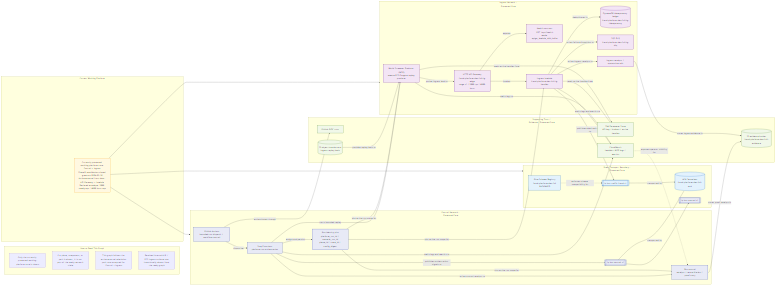
Earlier version of the Mermaid export docs/design/platform/dev_full/graph/readiness/dev_full_platform_network_production_ready_current_v0.mermaid.png (EsosaOrumwese/fraud-detection-system). Its source is kept beside it as docs/design/platform/dev_full/graph/readiness/dev_full_platform_network_production_ready_current_v0.mermaid.mmd.
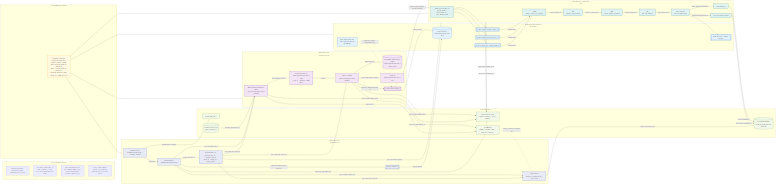
The same diagram one commit later.

Commit message:
Promote RTDL into the working platform

What changed in the source:
```diff
@@ -8,12 +8,12 @@
   subgraph LEGEND["How to Read This Graph"]
     L1["Only the currently promoted working-platform core is shown"]
     L2["If a plane, component, or path is absent, it is not part of the ready-network claim"]
-    L3["This graph follows the active external admission path now accepted for Control + Ingress"]
-    L4["Retained internal ALB / ECS ingress surfaces are intentionally absent from the ready graph"]
+    L3["The promoted network now includes RTDL on top of the already-green Control + Ingress base"]
+    L4["Case + Label remains absent as a promoted plane until its own phase closes"]
   end
 
   subgraph READYNOTE["Current Working Platform"]
-    NOTE["Currently promoted working-platform core:<br>Control + Ingress<br>Phase 0 revalidation closed green on 2026-03-10<br>Active external front door: API Gateway -> Lambda<br>Declared envelope: 3000 steady eps / 6000 burst eps"]
+    NOTE["Currently promoted working-platform core:<br>Control + Ingress + RTDL<br>Phase 0 closed green on 2026-03-10<br>Phase 1 closed green on 2026-03-11<br>Declared envelope: 3000 steady eps / 6000 burst eps"]
   end
 
   subgraph CONTROL["Control Network - Promoted Core"]
@@ -27,18 +27,30 @@
   subgraph INGRESS["Ingress Network - Promoted Core"]
     WSP["World Streamer Producer (WSP)<br>remote ECS/Fargate replay producer"]
     HTTPAPI["HTTP API Gateway<br>fraud-platform-dev-full-ig-edge<br>stage v1 / 3000 rps / 6000 burst"]
-    IGHEALTH["Health contract<br>GET /ops/health<br>mode apigw_lambda_ddb_kafka"]
     IGLAMBDA["Ingress Lambda<br>fraud-platform-dev-full-ig-handler"]
     IGDDB[("DynamoDB idempotency ledger<br>fraud-platform-dev-full-ig-idempotency")]
     IGDLQ["SQS DLQ<br>fraud-platform-dev-full-ig-dlq"]
-    IGREC["Ingress receipts / quarantine refs"]
+    TTRAFFIC[["fp.bus.traffic.fraud.v1"]]
   end
 
-  subgraph TRANSPORT["Event Transport Boundary - Promoted Core"]
+  subgraph RTDL["RTDL Network - Promoted Core"]
+    RINTAKE["RTDL active intake set<br>arrival_events / arrival_entities / flow_anchor.fraud"]
+    CSFB["CSFB<br>context_store_flow_binding"]
+    IEG["IEG<br>identity_entity_graph"]
+    OFP["OFP<br>online_feature_provider"]
+    DF["DF<br>decision function"]
+    DL["Decision Lane<br>decision publication"]
+    DLA["Decision Ledger Append"]
+    ARCH["Archive Writer"]
+  end
+
+  subgraph TRANSPORT["Promoted Event Transport Boundary"]
     MSK[("MSK Serverless<br>fraud-platform-dev-full-msk")]
     GLUEREG["Glue Schema Registry<br>fraud-platform-dev-full<br>BACKWARD"]
-    TCTRL[["fp.bus.control.v1"]]
-    TTRAFFIC[["fp.bus.traffic.fraud.v1"]]
+    TCTXA[["fp.bus.context.arrival_events.v1"]]
+    TCTXE[["fp.bus.context.arrival_entities.v1"]]
+    TFLOW[["fp.bus.context.flow_anchor.fraud.v1"]]
+    TDEC[["RTDL decision / archive outputs"]]
   end
 
   subgraph SUPPORT["Supporting Trust / Evidence - Promoted Core"]
@@ -46,11 +58,12 @@
     SSM["SSM Parameter Store<br>API key / brokers / active handles"]
     OBJ[("S3 object/oracle store<br>ingress replay basis")]
     EVID[("S3 evidence bucket<br>fraud-platform-dev-full-evidence")]
-    CW["CloudWatch<br>Lambda + WSP logs / metrics"]
+    CW["CloudWatch<br>APIGW / Lambda / WSP / RTDL logs + metrics"]
   end
 
   NOTE --> CONTROL
   NOTE --> INGRESS
+  NOTE --> RTDL
   NOTE --> TRANSPORT
 
   GHA -->|authenticates through| OIDC
@@ -59,43 +72,59 @@
   SFN -->|writes control receipts to| RUNCTL
   SFN -->|publishes orchestration signals to| CTRLBUS
   CTRLBUS -->|transported by| MSK
-  CTRLBUS --> TCTRL
   SFN -->|starts bounded replay| WSP
 
   OBJ -->|provides replay basis to| WSP
   RUNID -->|pins active run scope for| WSP
   RUNID -->|pins active run scope for| IGLAMBDA
+  RUNID -->|pins active run scope for| RTDL
   RUNID -->|pins active run scope for| RUNCTL
 
   WSP -->|pushes ingress load to| HTTPAPI
   HTTPAPI -->|invokes| IGLAMBDA
-  HTTPAPI -->|exposes| IGHEALTH
-
   IGLAMBDA -->|deduplicates in| IGDDB
+  IGLAMBDA -->|writes failure disposition to| IGDLQ
   IGLAMBDA -->|publishes admitted traffic to| TTRAFFIC
   TTRAFFIC -->|transported by| MSK
   GLUEREG -. enforces schema compatibility for .-> TTRAFFIC
 
-  IGLAMBDA -->|writes failure disposition to| IGDLQ
-  IGLAMBDA -->|writes ingress receipts to| IGREC
+  TTRAFFIC -->|feeds promoted RTDL intake boundary| RINTAKE
+  RINTAKE --> TCTXA
+  RINTAKE --> TCTXE
+  RINTAKE --> TFLOW
+  TCTXA -->|consumed by| CSFB
+  TCTXE -->|consumed by| CSFB
+  TFLOW -->|consumed by| CSFB
+  CSFB -->|binds context for| IEG
+  IEG -->|supplies graph truth to| OFP
+  OFP -->|supplies features to| DF
+  DF -->|emits decisions to| DL
+  DL -->|appends decision truth to| DLA
+  DL -->|feeds archival evidence to| ARCH
+  DL --> TDEC
+  ARCH -->|stores evidence in| EVID
+  DLA -->|stores proof continuity in| EVID
   RUNCTL -->|stores proof receipts in| EVID
-  IGREC -->|stores ingress evidence in| EVID
 
   IGLAMBDA -->|reads active handles from| SSM
   WSP -->|reads active handles from| SSM
+  RTDL -->|reads active handles from| SSM
   IGLAMBDA -->|emits logs and metrics to| CW
   WSP -->|emits logs to| CW
+  RTDL -->|emits logs and metrics to| CW
   SFN -->|emits logs and metrics to| CW
   CW -. exposes operator visibility for .-> RUNCTL
 
   classDef note fill:#fff8e1,stroke:#f9a825,color:#111,stroke-width:1.3px;
   classDef control fill:#e8eaf6,stroke:#3949ab,color:#111,stroke-width:1.3px;
   classDef ingress fill:#f3e5f5,stroke:#6a1b9a,color:#111,stroke-width:1.3px;
+  classDef rtdl fill:#e0f2f1,stroke:#00695c,color:#111,stroke-width:1.3px;
   classDef transport fill:#e3f2fd,stroke:#1565c0,color:#111,stroke-width:1.3px;
   classDef support fill:#f1f8e9,stroke:#558b2f,color:#111,stroke-width:1.3px;
 
   class NOTE note;
-  class GHA,SFN,CTRLBUS,RUNID,RUNCTL,TCTRL control;
-  class WSP,HTTPAPI,IGHEALTH,IGLAMBDA,IGDLQ,IGREC,IGDDB ingress;
-  class MSK,GLUEREG,TTRAFFIC transport;
+  class GHA,SFN,CTRLBUS,RUNID,RUNCTL control;
+  class WSP,HTTPAPI,IGLAMBDA,IGDLQ,IGDDB,TTRAFFIC ingress;
+  class RINTAKE,CSFB,IEG,OFP,DF,DL,DLA,ARCH rtdl;
+  class MSK,GLUEREG,TCTXA,TCTXE,TFLOW,TDEC transport;
   class OIDC,SSM,OBJ,EVID,CW support;
```
